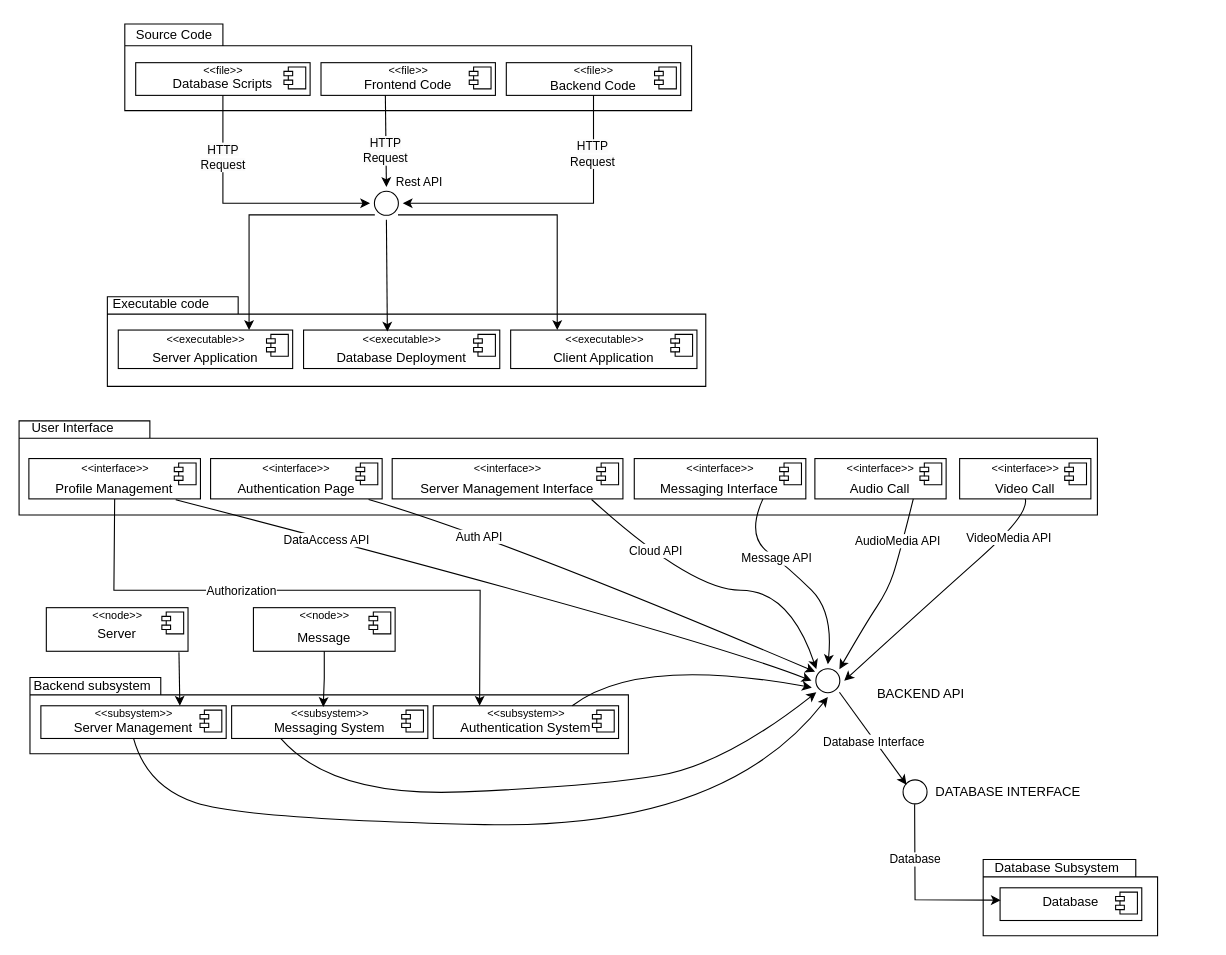
Harshul1484/BMP- keeps this draw.io diagram as Component Diagram.drawio. Above is the earlier version. Source tidied: cells renumbered, new cells numbered last; positions are measured from the earlier drawing's top-left corner, leaving out a move shared by most shapes. Both pictures are drawn from the tidied source at 109%, with x=0, y=0 at pixel (17, 19).
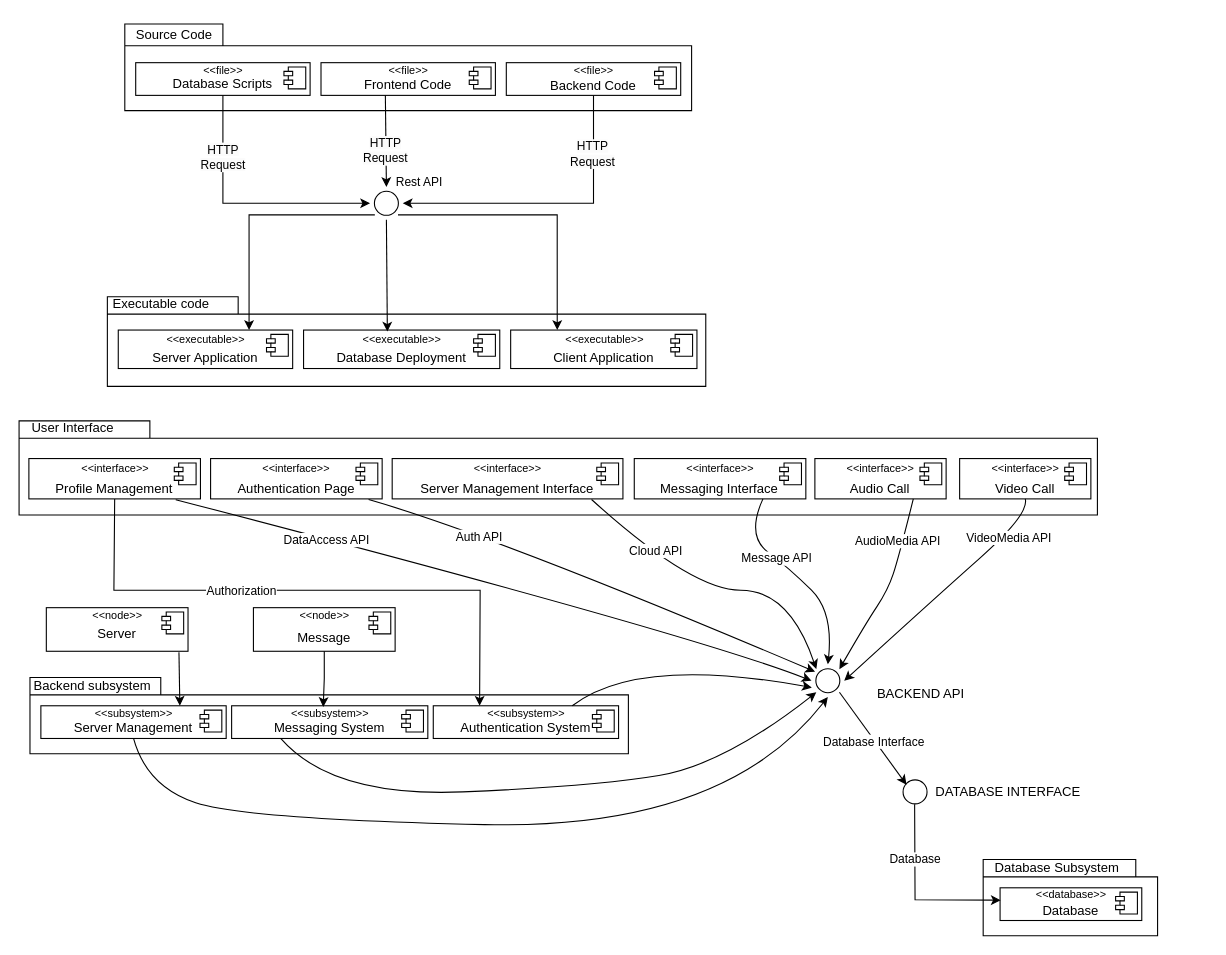
The same diagram, later.

The change refers to these unchanged cells:
```xml
<mxCell id="38" style="group;" parent="1" vertex="1">
  <mxGeometry x="883" y="764" width="162.5" height="77" as="geometry" />
</mxCell>
```

The edit, as a diff of the source:
```diff
@@
-    <mxCell id="41" value="&lt;p style=&quot;margin:0px;margin-top:6px;text-align:center;&quot;&gt;&lt;span style=&quot;background-color: initial;&quot;&gt;Database&lt;/span&gt;&lt;br&gt;&lt;/p&gt;" style="align=left;overflow=fill;html=1;whiteSpace=wrap;" parent="38" vertex="1">
+    <mxCell id="41" value="&lt;p style=&quot;margin: 6px 0px 0px; text-align: center; line-height: 50%;&quot;&gt;&lt;span style=&quot;background-color: initial;&quot;&gt;&lt;br&gt;&lt;/span&gt;&lt;/p&gt;&lt;p style=&quot;margin: 6px 0px 0px; text-align: center; line-height: 50%;&quot;&gt;&lt;span style=&quot;background-color: initial;&quot;&gt;Database&lt;/span&gt;&lt;br&gt;&lt;/p&gt;" style="align=left;overflow=fill;html=1;whiteSpace=wrap;" parent="38" vertex="1">
       <mxGeometry x="18" y="33" width="130" height="30" as="geometry" />
     </mxCell>
@@
+    <mxCell id="114" value="&lt;font style=&quot;font-size: 10px;&quot;&gt;&amp;lt;&amp;lt;database&amp;gt;&amp;gt;&lt;/font&gt;" style="text;html=1;align=center;verticalAlign=middle;strokeColor=none;fillColor=none;" parent="38" vertex="1">
+      <mxGeometry x="38" y="23.5" width="90" height="30" as="geometry" />
+    </mxCell>
```
